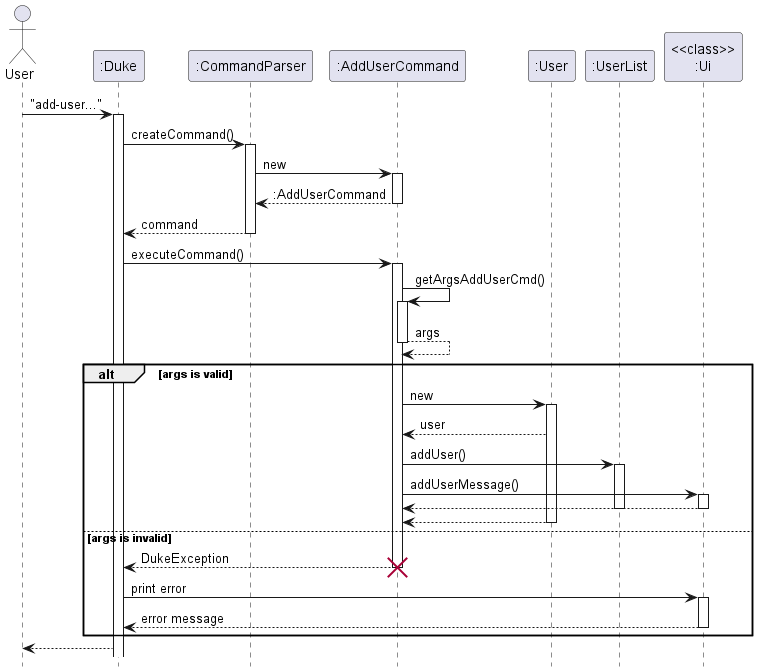
The PlantUML diagram docs/images/AddUserSequence.png in nus-cs2113-AY2223S1/tp, before a commit. Its source is kept beside it as docs/diagrams/user/AddUserSequence.puml.
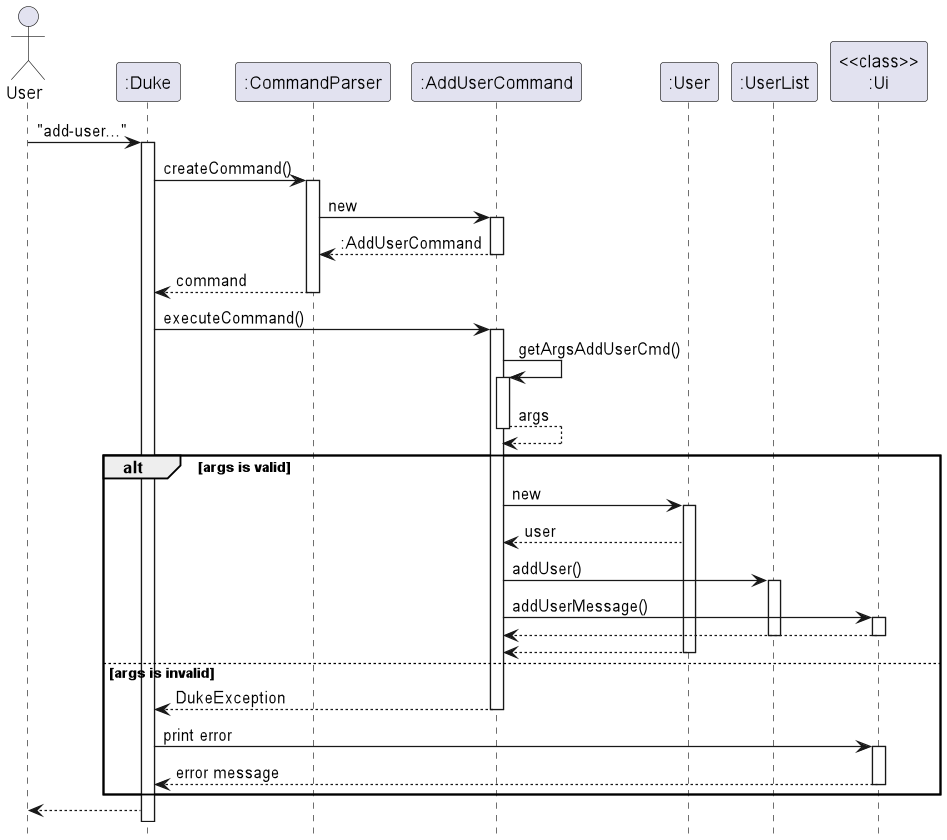
Above is the later version.

Change to the diagram source:
```diff
@@ -30,7 +30,7 @@
     deactivate ":User"
 else args is invalid
     ":AddUserCommand" --> ":Duke" : DukeException
-    destroy ":AddUserCommand"
+    deactivate ":AddUserCommand"
     ":Duke" -> "<<class>>\n:Ui" : print error
     activate "<<class>>\n:Ui"
     "<<class>>\n:Ui" --> ":Duke" : error message
```
